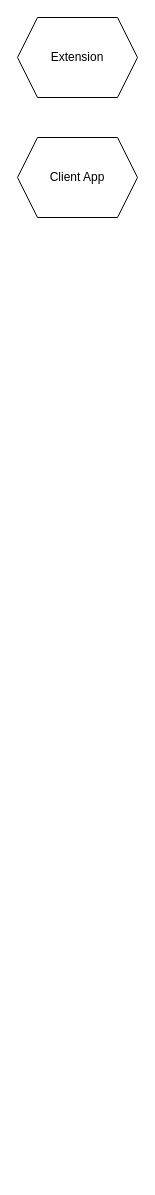
Above: page "overview" (1 of 11) of BellaFiora.drawio in BellaFiora/BellaFiora (draw.io), before the change. Source tidied: cells renumbered, new cells numbered last; positions are measured from the earlier drawing's top-left corner, leaving out a move shared by most shapes. Both pictures are drawn from the tidied source at 100%, with x=0, y=0 at pixel (17, 17).
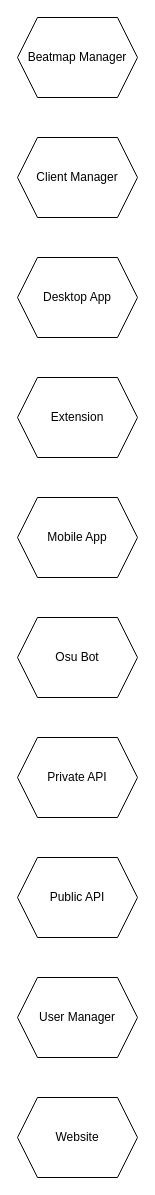
The same page after the edit.

What changed in the source:
```diff
@@
 <mxGraphModel>
   <root>
     <mxCell id="0" />
     <mxCell id="1" parent="0" />
-    <mxCell id="2" value="Extension" style="shape=hexagon;perimeter=hexagonPerimeter2;whiteSpace=wrap;html=1;fixedSize=1;" parent="1" vertex="1">
+    <mxCell id="2" value="Beatmap Manager" style="shape=hexagon;perimeter=hexagonPerimeter2;whiteSpace=wrap;html=1;fixedSize=1;" parent="1" vertex="1">
       <mxGeometry width="120" height="80" as="geometry" />
     </mxCell>
-    <mxCell id="3" value="Client App" style="shape=hexagon;perimeter=hexagonPerimeter2;whiteSpace=wrap;html=1;fixedSize=1;" parent="1" vertex="1">
+    <mxCell id="3" value="Client Manager" style="shape=hexagon;perimeter=hexagonPerimeter2;whiteSpace=wrap;html=1;fixedSize=1;" parent="1" vertex="1">
       <mxGeometry y="120" width="120" height="80" as="geometry" />
     </mxCell>
+    <mxCell id="4" value="Desktop App" style="shape=hexagon;perimeter=hexagonPerimeter2;whiteSpace=wrap;html=1;fixedSize=1;" parent="1" vertex="1">
+      <mxGeometry y="240" width="120" height="80" as="geometry" />
+    </mxCell>
+    <mxCell id="5" value="Extension" style="shape=hexagon;perimeter=hexagonPerimeter2;whiteSpace=wrap;html=1;fixedSize=1;" parent="1" vertex="1">
+      <mxGeometry y="360" width="120" height="80" as="geometry" />
+    </mxCell>
+    <mxCell id="6" value="Mobile App" style="shape=hexagon;perimeter=hexagonPerimeter2;whiteSpace=wrap;html=1;fixedSize=1;" parent="1" vertex="1">
+      <mxGeometry y="480" width="120" height="80" as="geometry" />
+    </mxCell>
+    <mxCell id="7" value="Osu Bot" style="shape=hexagon;perimeter=hexagonPerimeter2;whiteSpace=wrap;html=1;fixedSize=1;" parent="1" vertex="1">
+      <mxGeometry y="600" width="120" height="80" as="geometry" />
+    </mxCell>
+    <mxCell id="8" value="Private API" style="shape=hexagon;perimeter=hexagonPerimeter2;whiteSpace=wrap;html=1;fixedSize=1;" parent="1" vertex="1">
+      <mxGeometry y="720" width="120" height="80" as="geometry" />
+    </mxCell>
+    <mxCell id="9" value="Public API" style="shape=hexagon;perimeter=hexagonPerimeter2;whiteSpace=wrap;html=1;fixedSize=1;" parent="1" vertex="1">
+      <mxGeometry y="840" width="120" height="80" as="geometry" />
+    </mxCell>
+    <mxCell id="10" value="User Manager" style="shape=hexagon;perimeter=hexagonPerimeter2;whiteSpace=wrap;html=1;fixedSize=1;" parent="1" vertex="1">
+      <mxGeometry y="960" width="120" height="80" as="geometry" />
+    </mxCell>
+    <mxCell id="11" value="Website" style="shape=hexagon;perimeter=hexagonPerimeter2;whiteSpace=wrap;html=1;fixedSize=1;" parent="1" vertex="1">
+      <mxGeometry y="1080" width="120" height="80" as="geometry" />
+    </mxCell>
   </root>
 </mxGraphModel>
```
